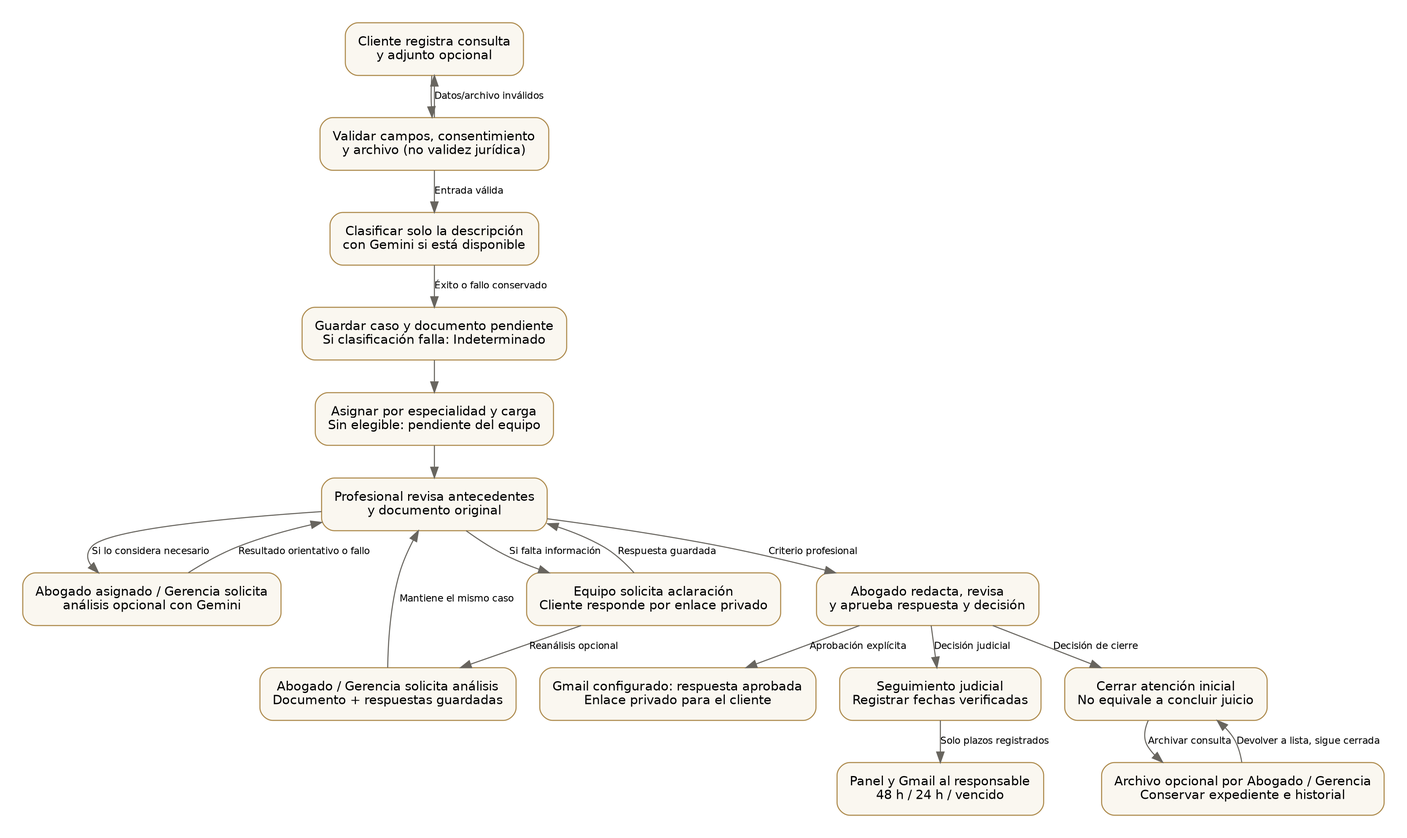
The Graphviz diagram documentacion/tesis/diagramas/flujo.png in rodrigojeisson123456789-droid/LegalTriage-AI, before a commit. Its source is kept beside it as documentacion/tesis/diagramas/flujo.dot.
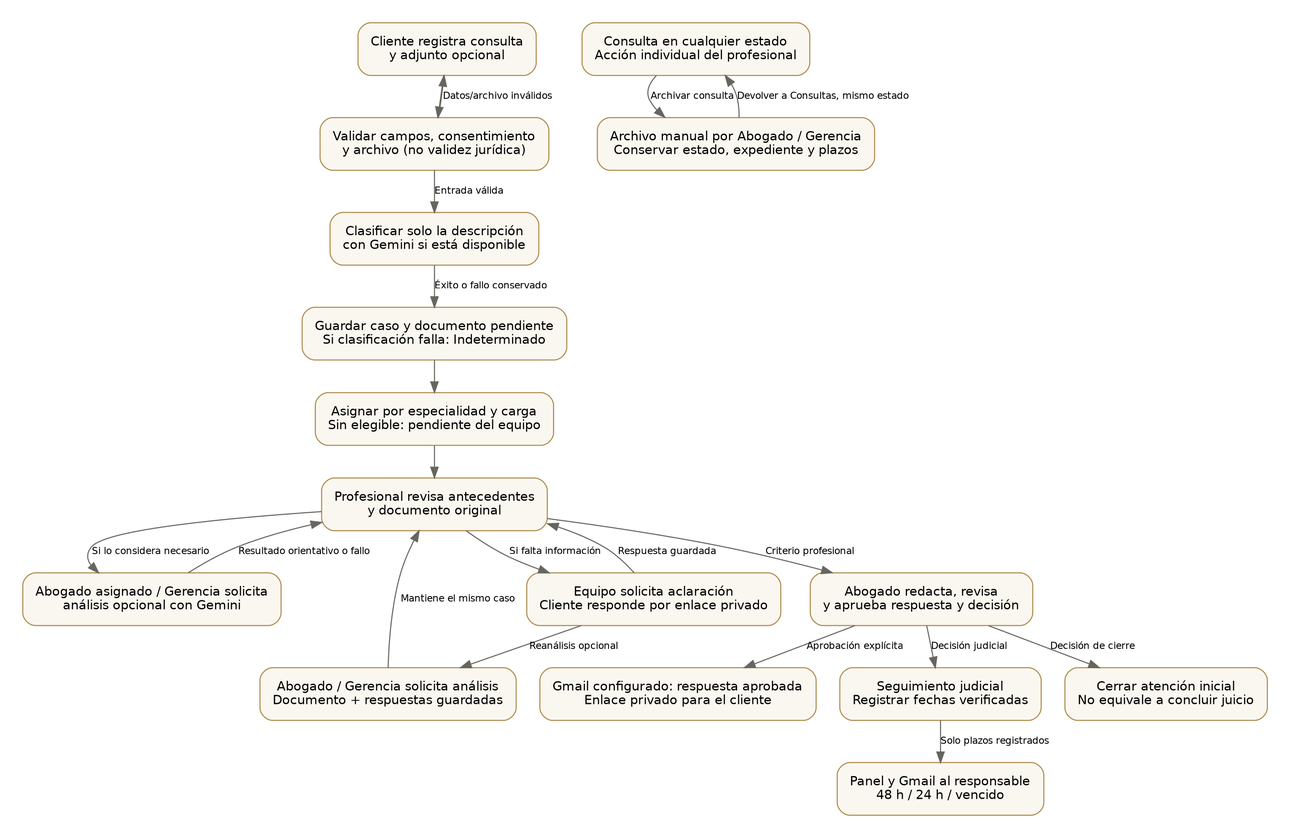
Above is the later version.

Change to the diagram source:
```diff
@@ -14,7 +14,8 @@
 approve [label="Abogado redacta, revisa\ny aprueba respuesta y decisión"];
 judicial [label="Seguimiento judicial\nRegistrar fechas verificadas"];
 close [label="Cerrar atención inicial\nNo equivale a concluir juicio"];
-archive [label="Archivo opcional por Abogado / Gerencia\nConservar expediente e historial"];
+archive_list [label="Consulta en cualquier estado\nAcción individual del profesional"];
+archive [label="Archivo manual por Abogado / Gerencia\nConservar estado, expediente y plazos"];
 respond [label="Gmail configurado: respuesta aprobada\nEnlace privado para el cliente"];
 remind [label="Panel y Gmail al responsable\n48 h / 24 h / vencido"];
 form -> validate [label=""];
@@ -33,7 +34,7 @@
 approve -> judicial [label="Decisión judicial"];
 approve -> close [label="Decisión de cierre"];
 approve -> respond [label="Aprobación explícita"];
-close -> archive [label="Archivar consulta"];
-archive -> close [label="Devolver a lista, sigue cerrada"];
+archive_list -> archive [label="Archivar consulta"];
+archive -> archive_list [label="Devolver a Consultas, mismo estado"];
 judicial -> remind [label="Solo plazos registrados"];
 }
```
